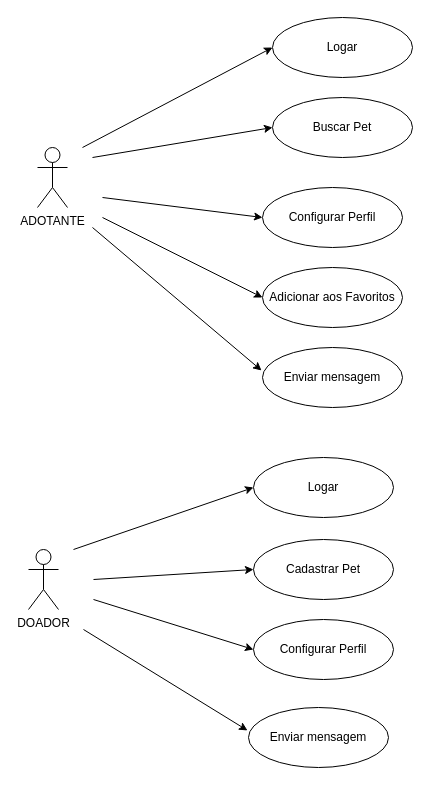
Above: Diagrama Caso de Uso.drawio in viniciussilverio/petsgo (draw.io), before the change. Source tidied: cells renumbered, new cells numbered last; positions are measured from the earlier drawing's top-left corner, leaving out a move shared by most shapes. Both pictures are drawn from the tidied source at 100%, with x=0, y=0 at pixel (28, 17).
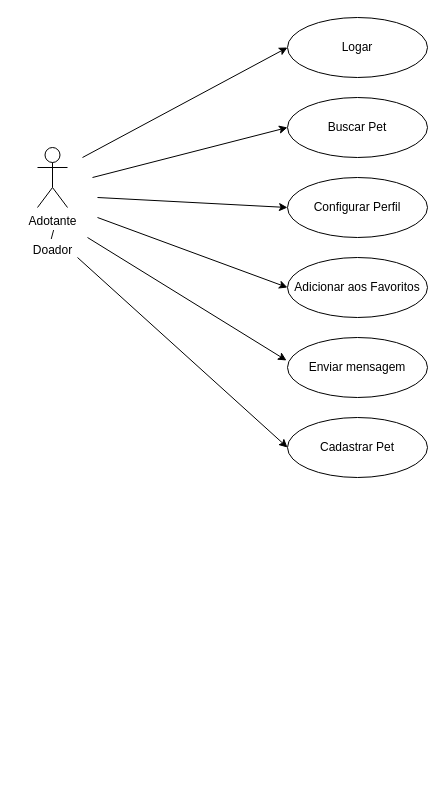
The same page after the edit.

What changed in the source:
```diff
@@
-    <mxCell id="2" value="ADOTANTE" style="shape=umlActor;verticalLabelPosition=bottom;labelBackgroundColor=#ffffff;verticalAlign=top;html=1;" parent="1" vertex="1">
+    <mxCell id="2" value="Adotante&lt;br&gt;/&lt;br&gt;Doador&lt;br&gt;" style="shape=umlActor;verticalLabelPosition=bottom;labelBackgroundColor=#ffffff;verticalAlign=top;html=1;" parent="1" vertex="1">
       <mxGeometry x="9" y="130" width="30" height="60" as="geometry" />
     </mxCell>
     <mxCell id="3" value="Logar&lt;br&gt;" style="ellipse;whiteSpace=wrap;html=1;" parent="1" vertex="1">
-      <mxGeometry x="244" width="140" height="60" as="geometry" />
+      <mxGeometry x="259" width="140" height="60" as="geometry" />
     </mxCell>
     <mxCell id="4" value="Buscar Pet&lt;br&gt;" style="ellipse;whiteSpace=wrap;html=1;" parent="1" vertex="1">
-      <mxGeometry x="244" y="80" width="140" height="60" as="geometry" />
+      <mxGeometry x="259" y="80" width="140" height="60" as="geometry" />
     </mxCell>
     <mxCell id="5" value="Configurar Perfil&lt;br&gt;" style="ellipse;whiteSpace=wrap;html=1;" parent="1" vertex="1">
-      <mxGeometry x="234" y="170" width="140" height="60" as="geometry" />
+      <mxGeometry x="259" y="160" width="140" height="60" as="geometry" />
     </mxCell>
     <mxCell id="6" value="Adicionar aos Favoritos&lt;br&gt;" style="ellipse;whiteSpace=wrap;html=1;" parent="1" vertex="1">
-      <mxGeometry x="234" y="250" width="140" height="60" as="geometry" />
+      <mxGeometry x="259" y="240" width="140" height="60" as="geometry" />
     </mxCell>
     <mxCell id="7" value="Enviar mensagem" style="ellipse;whiteSpace=wrap;html=1;" parent="1" vertex="1">
-      <mxGeometry x="234" y="330" width="140" height="60" as="geometry" />
+      <mxGeometry x="259" y="320" width="140" height="60" as="geometry" />
     </mxCell>
     <mxCell id="8" style="endArrow=classic;html=1;entryX=-0.007;entryY=0.383;entryDx=0;entryDy=0;entryPerimeter=0;" parent="1" edge="1" target="7">
       <mxGeometry relative="1" as="geometry">
-        <mxPoint x="64" y="210" as="sourcePoint" />
+        <mxPoint x="59" y="220" as="sourcePoint" />
       </mxGeometry>
     </mxCell>
     <mxCell id="9" style="endArrow=classic;html=1;strokeColor=#000000;entryX=0;entryY=0.5;entryDx=0;entryDy=0;" parent="1" edge="1" target="3">
       <mxGeometry relative="1" as="geometry">
-        <mxPoint x="54" y="130" as="sourcePoint" />
+        <mxPoint x="54" y="140" as="sourcePoint" />
       </mxGeometry>
     </mxCell>
     <mxCell id="10" style="endArrow=classic;html=1;strokeColor=#000000;entryX=0;entryY=0.5;entryDx=0;entryDy=0;" parent="1" edge="1" target="4">
       <mxGeometry relative="1" as="geometry">
-        <mxPoint x="64" y="140" as="sourcePoint" />
+        <mxPoint x="64" y="160" as="sourcePoint" />
       </mxGeometry>
     </mxCell>
     <mxCell id="11" style="endArrow=classic;html=1;strokeColor=#000000;entryX=0;entryY=0.5;entryDx=0;entryDy=0;" parent="1" edge="1" target="5">
       <mxGeometry relative="1" as="geometry">
-        <mxPoint x="74" y="180" as="sourcePoint" />
+        <mxPoint x="69" y="180" as="sourcePoint" />
       </mxGeometry>
     </mxCell>
     <mxCell id="12" style="endArrow=classic;html=1;strokeColor=#000000;entryX=0;entryY=0.5;entryDx=0;entryDy=0;" parent="1" edge="1" target="6">
       <mxGeometry relative="1" as="geometry">
-        <mxPoint x="74" y="200" as="sourcePoint" />
+        <mxPoint x="69" y="200" as="sourcePoint" />
       </mxGeometry>
     </mxCell>
-    <mxCell id="13" value="DOADOR" style="shape=umlActor;verticalLabelPosition=bottom;labelBackgroundColor=#ffffff;verticalAlign=top;html=1;" parent="1" vertex="1">
-      <mxGeometry y="532" width="30" height="60" as="geometry" />
-    </mxCell>
-    <mxCell id="14" value="Logar&lt;br&gt;" style="ellipse;whiteSpace=wrap;html=1;" parent="1" vertex="1">
-      <mxGeometry x="225" y="440" width="140" height="60" as="geometry" />
-    </mxCell>
     <mxCell id="15" value="Cadastrar Pet&lt;br&gt;" style="ellipse;whiteSpace=wrap;html=1;" parent="1" vertex="1">
-      <mxGeometry x="225" y="522" width="140" height="60" as="geometry" />
+      <mxGeometry x="259" y="400" width="140" height="60" as="geometry" />
     </mxCell>
-    <mxCell id="16" value="Configurar Perfil&lt;br&gt;" style="ellipse;whiteSpace=wrap;html=1;" parent="1" vertex="1">
-      <mxGeometry x="225" y="602" width="140" height="60" as="geometry" />
-    </mxCell>
     <mxCell id="17" style="endArrow=classic;html=1;entryX=0;entryY=0.5;entryDx=0;entryDy=0;" parent="1" edge="1" target="15">
       <mxGeometry relative="1" as="geometry">
-        <mxPoint x="65" y="562" as="sourcePoint" />
+        <mxPoint x="49" y="240" as="sourcePoint" />
       </mxGeometry>
     </mxCell>
-    <mxCell id="18" value="Enviar mensagem" style="ellipse;whiteSpace=wrap;html=1;" parent="1" vertex="1">
-      <mxGeometry x="220" y="690" width="140" height="60" as="geometry" />
-    </mxCell>
-    <mxCell id="19" style="endArrow=classic;html=1;entryX=-0.007;entryY=0.383;entryDx=0;entryDy=0;entryPerimeter=0;" parent="1" edge="1" target="18">
-      <mxGeometry relative="1" as="geometry">
-        <mxPoint x="55" y="612" as="sourcePoint" />
-      </mxGeometry>
-    </mxCell>
-    <mxCell id="20" style="endArrow=classic;html=1;strokeColor=#000000;entryX=0;entryY=0.5;entryDx=0;entryDy=0;" parent="1" edge="1" target="14">
-      <mxGeometry relative="1" as="geometry">
-        <mxPoint x="45" y="532" as="sourcePoint" />
-      </mxGeometry>
-    </mxCell>
-    <mxCell id="21" style="endArrow=classic;html=1;strokeColor=#000000;entryX=0;entryY=0.5;entryDx=0;entryDy=0;" parent="1" edge="1" target="16">
-      <mxGeometry relative="1" as="geometry">
-        <mxPoint x="65" y="582" as="sourcePoint" />
-      </mxGeometry>
-    </mxCell>
```
